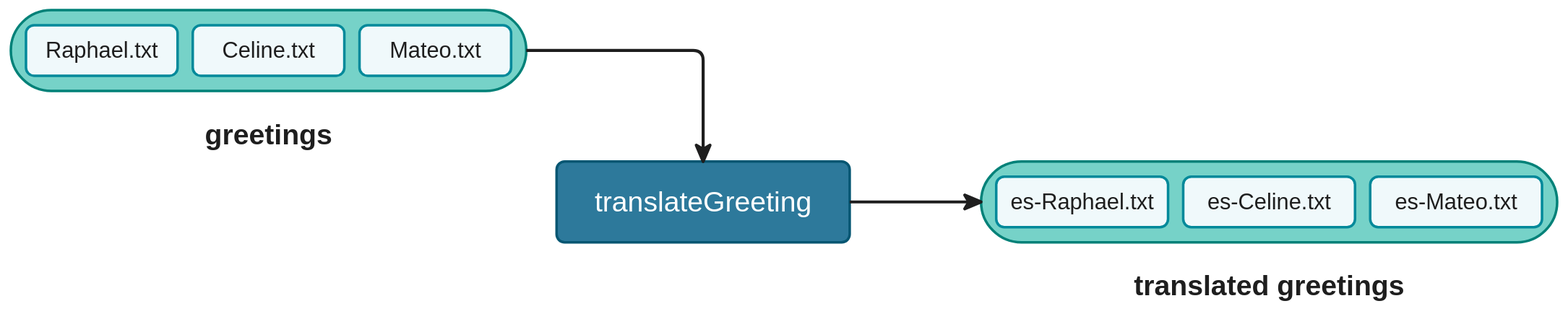
Above: docs/en/docs/hello_nextflow/img/hello-translate-process.drawio.svg in nextflow-io/training (draw.io), before the change. Source tidied: cells renumbered, new cells last; positions are measured from the earlier drawing's top-left corner, leaving out a move shared by most shapes.
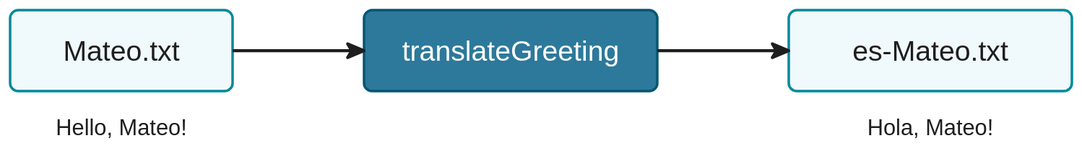
The same diagram one commit later.

Commit message:
docs(hello_nextflow): abstract process views before the code; h4 spacing

What changed in the source:
```diff
@@ -2,48 +2,26 @@
   <root>
     <mxCell id="0" />
     <mxCell id="1" parent="0" />
-    <mxCell id="2" style="rounded=1;absoluteArcSize=1;arcSize=80;fillColor=#76d2c8;strokeColor=#018178;strokeWidth=2.5;fontFamily=Helvetica;fontSize=28;fontColor=#1e1e1e;html=0;whiteSpace=nowrap;" parent="1" vertex="1">
-      <mxGeometry width="510" height="80" as="geometry" />
+    <mxCell id="2" value="Mateo.txt" style="rounded=1;absoluteArcSize=1;arcSize=16;fillColor=#f0f9fb;strokeColor=#02899a;strokeWidth=2.5;fontFamily=Helvetica;fontSize=28;fontColor=#1e1e1e;html=0;whiteSpace=nowrap;" parent="1" vertex="1">
+      <mxGeometry x="190" y="150" width="220" height="80" as="geometry" />
     </mxCell>
-    <mxCell id="3" value="Raphael.txt" style="rounded=1;absoluteArcSize=1;arcSize=16;fillColor=#f0f9fb;strokeColor=#02899a;strokeWidth=2.5;fontFamily=Helvetica;fontSize=22;fontColor=#1e1e1e;html=0;whiteSpace=nowrap;" parent="2" vertex="1">
-      <mxGeometry x="15" y="15" width="150" height="50" as="geometry" />
-    </mxCell>
-    <mxCell id="4" value="Celine.txt" style="rounded=1;absoluteArcSize=1;arcSize=16;fillColor=#f0f9fb;strokeColor=#02899a;strokeWidth=2.5;fontFamily=Helvetica;fontSize=22;fontColor=#1e1e1e;html=0;whiteSpace=nowrap;" parent="2" vertex="1">
-      <mxGeometry x="180" y="15" width="150" height="50" as="geometry" />
-    </mxCell>
-    <mxCell id="5" value="Mateo.txt" style="rounded=1;absoluteArcSize=1;arcSize=16;fillColor=#f0f9fb;strokeColor=#02899a;strokeWidth=2.5;fontFamily=Helvetica;fontSize=22;fontColor=#1e1e1e;html=0;whiteSpace=nowrap;" parent="2" vertex="1">
-      <mxGeometry x="345" y="15" width="150" height="50" as="geometry" />
-    </mxCell>
-    <mxCell id="6" value="greetings" style="text;align=center;verticalAlign=middle;fontFamily=Helvetica;fontSize=28;fontStyle=1;fontColor=#1e1e1e;html=0;whiteSpace=nowrap;" parent="1" vertex="1">
-      <mxGeometry y="105" width="510" height="36" as="geometry" />
-    </mxCell>
+    <mxCell id="15" value="Hello, Mateo!" style="text;align=center;verticalAlign=middle;spacing=0;spacingLeft=4;fontFamily=Helvetica;fontSize=22;fontColor=#1e1e1e;html=0;whiteSpace=nowrap;" parent="1" vertex="1">
+      <mxGeometry x="190" y="250" width="220" height="32" as="geometry" />
+    </mxCell>
     <mxCell id="7" value="translateGreeting" style="rounded=1;absoluteArcSize=1;arcSize=16;fillColor=#2d799b;strokeColor=#055672;strokeWidth=2.5;fontFamily=Helvetica;fontSize=28;fontColor=#ffffff;html=0;whiteSpace=nowrap;" parent="1" vertex="1">
       <mxGeometry x="540" y="150" width="290" height="80" as="geometry" />
     </mxCell>
-    <mxCell id="8" style="edgeStyle=orthogonalEdgeStyle;html=0;strokeColor=#1e1e1e;endSize=12;rounded=1;arcSize=40;strokeWidth=3;endArrow=classic;endFill=1;exitX=1;exitY=0.5;exitDx=0;exitDy=0;entryX=0.5;entryY=0;entryDx=0;entryDy=0;" parent="1" edge="1" source="2" target="7">
-      <mxGeometry relative="1" as="geometry">
-        <Array as="points">
-          <mxPoint x="685" y="40" />
-        </Array>
-      </mxGeometry>
+    <mxCell id="8" style="edgeStyle=none;html=0;strokeColor=#1e1e1e;endSize=12;strokeWidth=3;endArrow=classic;endFill=1;exitX=1;exitY=0.5;exitDx=0;exitDy=0;entryX=0;entryY=0.5;entryDx=0;entryDy=0;" parent="1" edge="1" source="2" target="7">
+      <mxGeometry relative="1" as="geometry" />
     </mxCell>
-    <mxCell id="9" style="rounded=1;absoluteArcSize=1;arcSize=80;fillColor=#76d2c8;strokeColor=#018178;strokeWidth=2.5;fontFamily=Helvetica;fontSize=28;fontColor=#1e1e1e;html=0;whiteSpace=nowrap;" parent="1" vertex="1">
-      <mxGeometry x="960" y="150" width="570" height="80" as="geometry" />
+    <mxCell id="9" value="es-Mateo.txt" style="rounded=1;absoluteArcSize=1;arcSize=16;fillColor=#f0f9fb;strokeColor=#02899a;strokeWidth=2.5;fontFamily=Helvetica;fontSize=28;fontColor=#1e1e1e;html=0;whiteSpace=nowrap;" parent="1" vertex="1">
+      <mxGeometry x="960" y="150" width="280" height="80" as="geometry" />
     </mxCell>
-    <mxCell id="10" value="es-Raphael.txt" style="rounded=1;absoluteArcSize=1;arcSize=16;fillColor=#f0f9fb;strokeColor=#02899a;strokeWidth=2.5;fontFamily=Helvetica;fontSize=22;fontColor=#1e1e1e;html=0;whiteSpace=nowrap;" parent="9" vertex="1">
-      <mxGeometry x="15" y="15" width="170" height="50" as="geometry" />
-    </mxCell>
-    <mxCell id="11" value="es-Celine.txt" style="rounded=1;absoluteArcSize=1;arcSize=16;fillColor=#f0f9fb;strokeColor=#02899a;strokeWidth=2.5;fontFamily=Helvetica;fontSize=22;fontColor=#1e1e1e;html=0;whiteSpace=nowrap;" parent="9" vertex="1">
-      <mxGeometry x="200" y="15" width="170" height="50" as="geometry" />
-    </mxCell>
-    <mxCell id="12" value="es-Mateo.txt" style="rounded=1;absoluteArcSize=1;arcSize=16;fillColor=#f0f9fb;strokeColor=#02899a;strokeWidth=2.5;fontFamily=Helvetica;fontSize=22;fontColor=#1e1e1e;html=0;whiteSpace=nowrap;" parent="9" vertex="1">
-      <mxGeometry x="385" y="15" width="170" height="50" as="geometry" />
-    </mxCell>
-    <mxCell id="13" value="translated greetings" style="text;align=center;verticalAlign=middle;fontFamily=Helvetica;fontSize=28;fontStyle=1;fontColor=#1e1e1e;html=0;whiteSpace=nowrap;" parent="1" vertex="1">
-      <mxGeometry x="960" y="255" width="570" height="36" as="geometry" />
-    </mxCell>
     <mxCell id="14" style="edgeStyle=none;html=0;strokeColor=#1e1e1e;endSize=12;strokeWidth=3;endArrow=classic;endFill=1;exitX=1;exitY=0.5;exitDx=0;exitDy=0;entryX=0;entryY=0.5;entryDx=0;entryDy=0;" parent="1" edge="1" source="7" target="9">
       <mxGeometry relative="1" as="geometry" />
     </mxCell>
+    <mxCell id="16" value="Hola, Mateo!" style="text;align=center;verticalAlign=middle;spacing=0;spacingLeft=4;fontFamily=Helvetica;fontSize=22;fontColor=#1e1e1e;html=0;whiteSpace=nowrap;" parent="1" vertex="1">
+      <mxGeometry x="960" y="250" width="280" height="32" as="geometry" />
+    </mxCell>
   </root>
 </mxGraphModel>
```
